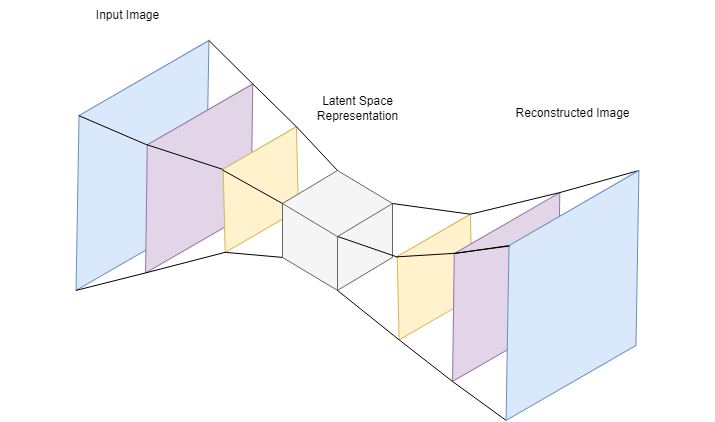
The draw.io diagram Code/TFGCode/Images/latent_representation_AE.png in dmarintwentychu/TFG, before a commit. Source tidied: cells renumbered, new cells last; positions are measured from the earlier drawing's top-left corner, leaving out a move shared by most shapes.
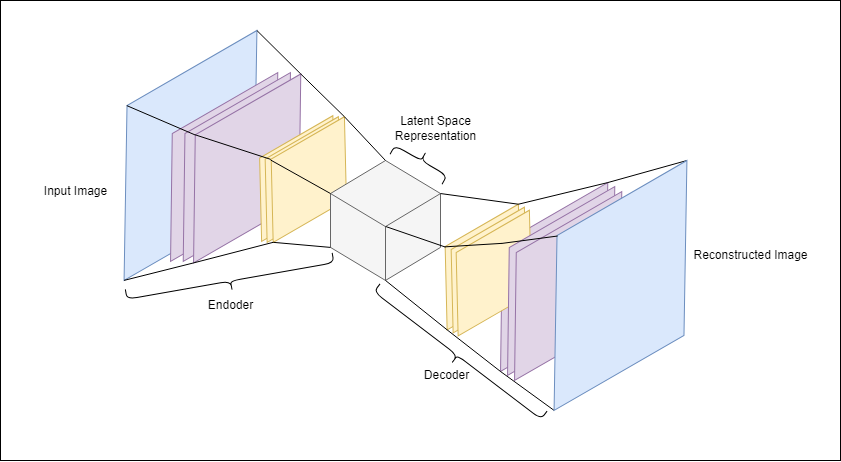
The same file after the commit.

Diff of the diagram source:
```diff
@@ -2,18 +2,30 @@
   <root>
     <mxCell id="0" />
     <mxCell id="1" parent="0" />
+    <mxCell id="31" style="rounded=0;whiteSpace=wrap;html=1;" parent="1" vertex="1">
+      <mxGeometry x="-70" y="10" width="840" height="460" as="geometry" />
+    </mxCell>
+    <mxCell id="4" style="shape=parallelogram;perimeter=parallelogramPerimeter;whiteSpace=wrap;html=1;fixedSize=1;rotation=-210;size=90;fillColor=#dae8fc;strokeColor=#6c8ebf;" parent="1" vertex="1">
+      <mxGeometry y="89.9" width="240" height="150" as="geometry" />
+    </mxCell>
+    <mxCell id="32" style="shape=parallelogram;perimeter=parallelogramPerimeter;whiteSpace=wrap;html=1;fixedSize=1;rotation=-210;size=65.49000000000001;fillColor=#e1d5e7;strokeColor=#9673a6;" parent="1" vertex="1">
+      <mxGeometry x="60" y="121.5" width="187.3" height="110" as="geometry" />
+    </mxCell>
+    <mxCell id="33" style="shape=parallelogram;perimeter=parallelogramPerimeter;whiteSpace=wrap;html=1;fixedSize=1;rotation=-210;size=65.49000000000001;fillColor=#e1d5e7;strokeColor=#9673a6;" parent="1" vertex="1">
+      <mxGeometry x="72.7" y="121.5" width="187.3" height="110" as="geometry" />
+    </mxCell>
     <mxCell id="2" style="shape=parallelogram;perimeter=parallelogramPerimeter;whiteSpace=wrap;html=1;fixedSize=1;rotation=-210;size=39.960000000000036;fillColor=#fff2cc;strokeColor=#d6b656;" parent="1" vertex="1">
       <mxGeometry x="350" y="239.9" width="124.5" height="73.2" as="geometry" />
     </mxCell>
     <mxCell id="3" style="shape=parallelogram;perimeter=parallelogramPerimeter;whiteSpace=wrap;html=1;fixedSize=1;rotation=-210;size=65.49000000000001;fillColor=#e1d5e7;strokeColor=#9673a6;" parent="1" vertex="1">
       <mxGeometry x="390" y="231.5" width="187.3" height="110" as="geometry" />
     </mxCell>
-    <mxCell id="4" style="shape=parallelogram;perimeter=parallelogramPerimeter;whiteSpace=wrap;html=1;fixedSize=1;rotation=-210;size=90;fillColor=#dae8fc;strokeColor=#6c8ebf;" parent="1" vertex="1">
-      <mxGeometry y="89.9" width="240" height="150" as="geometry" />
-    </mxCell>
     <mxCell id="5" style="shape=parallelogram;perimeter=parallelogramPerimeter;whiteSpace=wrap;html=1;fixedSize=1;rotation=-210;size=65.49000000000001;fillColor=#e1d5e7;strokeColor=#9673a6;" parent="1" vertex="1">
       <mxGeometry x="83" y="122.9" width="187.3" height="110" as="geometry" />
     </mxCell>
+    <mxCell id="34" style="shape=parallelogram;perimeter=parallelogramPerimeter;whiteSpace=wrap;html=1;fixedSize=1;rotation=-210;size=39.960000000000036;fillColor=#fff2cc;strokeColor=#d6b656;" parent="1" vertex="1">
+      <mxGeometry x="164.5" y="151.4" width="124.5" height="73.2" as="geometry" />
+    </mxCell>
     <mxCell id="6" style="endArrow=none;html=1;rounded=0;entryX=0.626;entryY=1;entryDx=0;entryDy=0;entryPerimeter=0;exitX=0.651;exitY=1;exitDx=0;exitDy=0;exitPerimeter=0;" parent="1" edge="1" source="5" target="4">
       <mxGeometry relative="1" as="geometry" />
     </mxCell>
@@ -23,12 +35,18 @@
     <mxCell id="8" style="endArrow=none;html=1;rounded=0;exitX=0;exitY=1;exitDx=0;exitDy=0;entryX=0;entryY=1;entryDx=0;entryDy=0;" parent="1" edge="1" source="4" target="5">
       <mxGeometry relative="1" as="geometry" />
     </mxCell>
+    <mxCell id="35" style="shape=parallelogram;perimeter=parallelogramPerimeter;whiteSpace=wrap;html=1;fixedSize=1;rotation=-210;size=39.960000000000036;fillColor=#fff2cc;strokeColor=#d6b656;" parent="1" vertex="1">
+      <mxGeometry x="170" y="152.4" width="124.5" height="73.2" as="geometry" />
+    </mxCell>
     <mxCell id="9" style="shape=parallelogram;perimeter=parallelogramPerimeter;whiteSpace=wrap;html=1;fixedSize=1;rotation=-210;size=39.960000000000036;fillColor=#fff2cc;strokeColor=#d6b656;" parent="1" vertex="1">
       <mxGeometry x="176" y="152.4" width="124.5" height="73.2" as="geometry" />
     </mxCell>
     <mxCell id="10" style="endArrow=none;html=1;rounded=0;exitX=1;exitY=0;exitDx=0;exitDy=0;entryX=1;entryY=0;entryDx=0;entryDy=0;" parent="1" edge="1" source="5" target="9">
       <mxGeometry relative="1" as="geometry" />
     </mxCell>
+    <mxCell id="36" style="shape=parallelogram;perimeter=parallelogramPerimeter;whiteSpace=wrap;html=1;fixedSize=1;rotation=-210;size=39.960000000000036;fillColor=#fff2cc;strokeColor=#d6b656;" parent="1" vertex="1">
+      <mxGeometry x="356" y="242.9" width="124.5" height="73.2" as="geometry" />
+    </mxCell>
     <mxCell id="11" style="endArrow=none;html=1;rounded=0;exitX=0.651;exitY=1.002;exitDx=0;exitDy=0;exitPerimeter=0;entryX=0.684;entryY=0.999;entryDx=0;entryDy=0;entryPerimeter=0;" parent="1" edge="1" source="5" target="9">
       <mxGeometry relative="1" as="geometry" />
     </mxCell>
@@ -47,18 +65,15 @@
     <mxCell id="16" style="endArrow=none;html=1;rounded=0;exitX=1;exitY=0;exitDx=0;exitDy=0;entryX=1;entryY=0;entryDx=0;entryDy=0;" parent="1" edge="1" source="3" target="2">
       <mxGeometry relative="1" as="geometry" />
     </mxCell>
+    <mxCell id="37" style="shape=parallelogram;perimeter=parallelogramPerimeter;whiteSpace=wrap;html=1;fixedSize=1;rotation=-210;size=39.960000000000036;fillColor=#fff2cc;strokeColor=#d6b656;" parent="1" vertex="1">
+      <mxGeometry x="361" y="245.9" width="124.5" height="73.2" as="geometry" />
+    </mxCell>
     <mxCell id="17" style="endArrow=none;html=1;rounded=0;exitX=0.651;exitY=1.002;exitDx=0;exitDy=0;exitPerimeter=0;entryX=0.684;entryY=0.999;entryDx=0;entryDy=0;entryPerimeter=0;" parent="1" edge="1" source="3" target="2">
       <mxGeometry relative="1" as="geometry" />
     </mxCell>
     <mxCell id="18" style="endArrow=none;html=1;rounded=0;exitX=0;exitY=1;exitDx=0;exitDy=0;entryX=0;entryY=1;entryDx=0;entryDy=0;" parent="1" edge="1" source="3" target="2">
       <mxGeometry relative="1" as="geometry" />
     </mxCell>
-    <mxCell id="19" style="shape=parallelogram;perimeter=parallelogramPerimeter;whiteSpace=wrap;html=1;fixedSize=1;rotation=-210;size=90;fillColor=#dae8fc;strokeColor=#6c8ebf;" parent="1" vertex="1">
-      <mxGeometry x="430" y="219.9" width="240" height="150" as="geometry" />
-    </mxCell>
-    <mxCell id="20" style="endArrow=none;html=1;rounded=0;exitX=0.653;exitY=1.003;exitDx=0;exitDy=0;exitPerimeter=0;entryX=0.624;entryY=0.995;entryDx=0;entryDy=0;entryPerimeter=0;" parent="1" edge="1" source="3" target="19">
-      <mxGeometry relative="1" as="geometry" />
-    </mxCell>
     <mxCell id="21" style="html=1;whiteSpace=wrap;shape=isoCube2;backgroundOutline=1;isoAngle=18.576926687318146;fillColor=#f5f5f5;strokeColor=#666666;fontColor=#333333;" parent="1" vertex="1">
       <mxGeometry x="260" y="170" width="110" height="120" as="geometry" />
     </mxCell>
@@ -81,13 +96,40 @@
       <mxGeometry relative="1" as="geometry" />
     </mxCell>
     <mxCell id="28" value="Input Image" style="text;html=1;align=center;verticalAlign=middle;strokeColor=none;fillColor=none;" parent="1" vertex="1">
-      <mxGeometry x="60" width="90" height="30" as="geometry" />
+      <mxGeometry x="-40" y="185.5" width="90" height="30" as="geometry" />
     </mxCell>
     <mxCell id="29" value="Latent Space&lt;div&gt;Representation&lt;/div&gt;" style="text;html=1;align=center;verticalAlign=middle;strokeColor=none;fillColor=none;" parent="1" vertex="1">
-      <mxGeometry x="285" y="87.9" width="100" height="40" as="geometry" />
+      <mxGeometry x="315" y="118" width="100" height="40" as="geometry" />
     </mxCell>
     <mxCell id="30" value="Reconstructed Image" style="text;html=1;align=center;verticalAlign=middle;strokeColor=none;fillColor=none;" parent="1" vertex="1">
-      <mxGeometry x="480" y="98" width="140" height="30" as="geometry" />
+      <mxGeometry x="610" y="250" width="140" height="30" as="geometry" />
     </mxCell>
+    <mxCell id="38" style="shape=parallelogram;perimeter=parallelogramPerimeter;whiteSpace=wrap;html=1;fixedSize=1;rotation=-210;size=65.49000000000001;fillColor=#e1d5e7;strokeColor=#9673a6;" parent="1" vertex="1">
+      <mxGeometry x="397" y="235.5" width="187.3" height="110" as="geometry" />
+    </mxCell>
+    <mxCell id="39" style="shape=parallelogram;perimeter=parallelogramPerimeter;whiteSpace=wrap;html=1;fixedSize=1;rotation=-210;size=65.49000000000001;fillColor=#e1d5e7;strokeColor=#9673a6;" parent="1" vertex="1">
+      <mxGeometry x="404" y="240.5" width="187.3" height="110" as="geometry" />
+    </mxCell>
+    <mxCell id="19" style="shape=parallelogram;perimeter=parallelogramPerimeter;whiteSpace=wrap;html=1;fixedSize=1;rotation=-210;size=90;fillColor=#dae8fc;strokeColor=#6c8ebf;" parent="1" vertex="1">
+      <mxGeometry x="430" y="219.9" width="240" height="150" as="geometry" />
+    </mxCell>
+    <mxCell id="20" style="endArrow=none;html=1;rounded=0;exitX=0.653;exitY=1.003;exitDx=0;exitDy=0;exitPerimeter=0;entryX=0.624;entryY=0.995;entryDx=0;entryDy=0;entryPerimeter=0;" parent="1" edge="1" source="3" target="19">
+      <mxGeometry relative="1" as="geometry" />
+    </mxCell>
+    <mxCell id="40" style="shape=curlyBracket;whiteSpace=wrap;html=1;rounded=1;labelPosition=left;verticalLabelPosition=middle;align=right;verticalAlign=middle;rotation=-100;" parent="1" vertex="1">
+      <mxGeometry x="150" y="185.5" width="20" height="210" as="geometry" />
+    </mxCell>
+    <mxCell id="41" value="Endoder" style="text;html=1;align=center;verticalAlign=middle;strokeColor=none;fillColor=none;" parent="1" vertex="1">
+      <mxGeometry x="125" y="300" width="70" height="30" as="geometry" />
+    </mxCell>
+    <mxCell id="42" style="shape=curlyBracket;whiteSpace=wrap;html=1;rounded=1;labelPosition=left;verticalLabelPosition=middle;align=right;verticalAlign=middle;rotation=120;" parent="1" vertex="1">
+      <mxGeometry x="340.5" y="140" width="20" height="60" as="geometry" />
+    </mxCell>
+    <mxCell id="43" style="shape=curlyBracket;whiteSpace=wrap;html=1;rounded=1;labelPosition=left;verticalLabelPosition=middle;align=right;verticalAlign=middle;rotation=-52.7;" parent="1" vertex="1">
+      <mxGeometry x="377" y="260" width="20" height="210" as="geometry" />
+    </mxCell>
+    <mxCell id="44" value="Decoder" style="text;html=1;align=center;verticalAlign=middle;strokeColor=none;fillColor=none;" parent="1" vertex="1">
+      <mxGeometry x="340.5" y="369.9" width="70" height="30" as="geometry" />
+    </mxCell>
   </root>
 </mxGraphModel>
```
